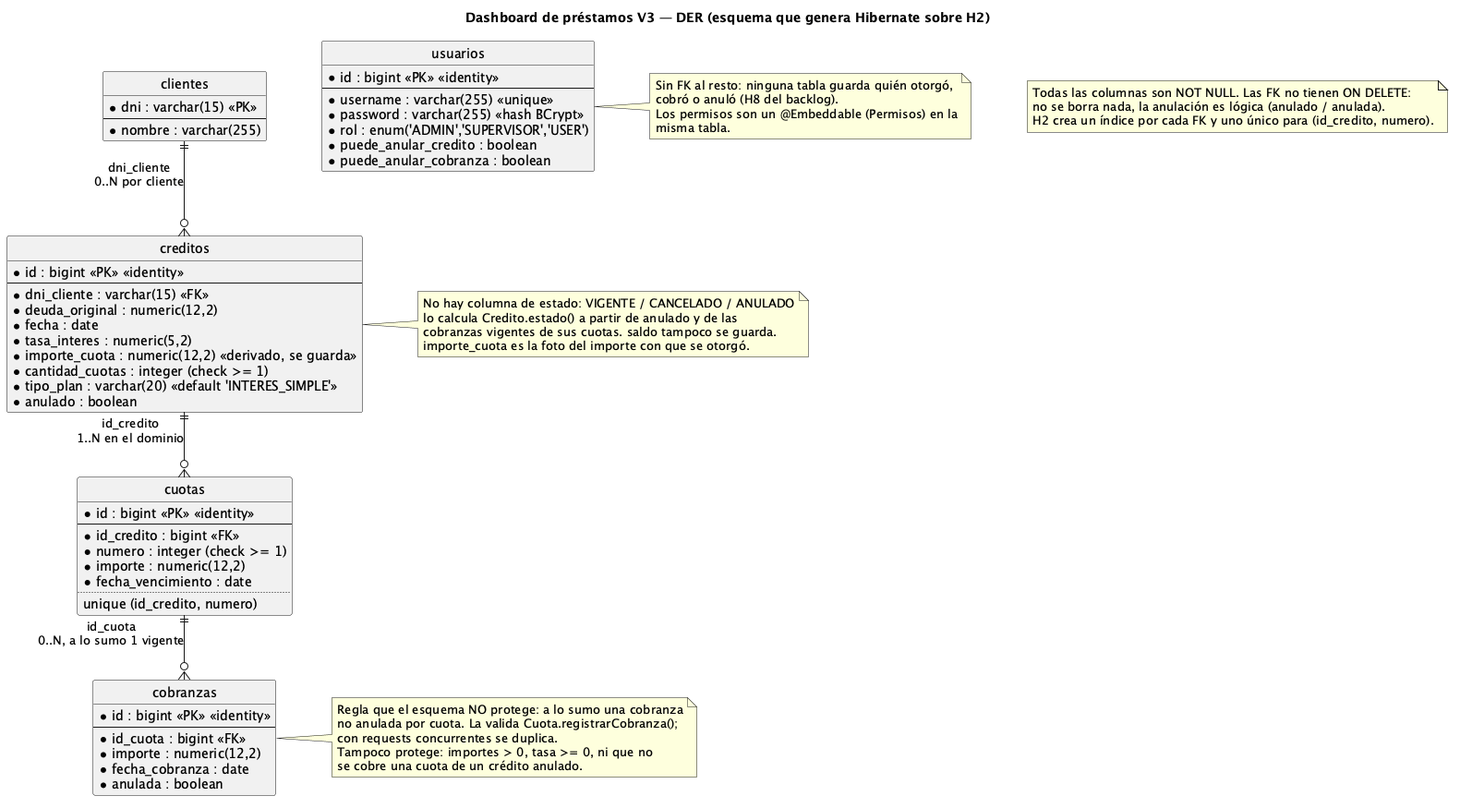
Above: docs/diagramas/der-v3.png in andreiveisuade/TPO-ProcesoDesarrolloSoftware-V3 (PlantUML), before the change. Its diagram source:
```plantuml
@startuml der-v3
title Dashboard de préstamos V3 — DER (esquema que genera Hibernate sobre H2)
hide circle
hide empty members
skinparam shadowing false
skinparam linetype ortho
skinparam nodesep 60
skinparam ranksep 70

entity "clientes" as clientes {
  * dni : varchar(15) <<PK>>
  --
  * nombre : varchar(255)
}

entity "creditos" as creditos {
  * id : bigint <<PK>> <<identity>>
  --
  * dni_cliente : varchar(15) <<FK>>
  * deuda_original : numeric(12,2)
  * fecha : date
  * tasa_interes : numeric(5,2)
  * importe_cuota : numeric(12,2) <<derivado, se guarda>>
  * cantidad_cuotas : integer (check >= 1)
  * tipo_plan : varchar(20) <<default 'INTERES_SIMPLE'>>
  * anulado : boolean
}

entity "cuotas" as cuotas {
  * id : bigint <<PK>> <<identity>>
  --
  * id_credito : bigint <<FK>>
  * numero : integer (check >= 1)
  * importe : numeric(12,2)
  * fecha_vencimiento : date
  ..
  unique (id_credito, numero)
}

entity "cobranzas" as cobranzas {
  * id : bigint <<PK>> <<identity>>
  --
  * id_cuota : bigint <<FK>>
  * importe : numeric(12,2)
  * fecha_cobranza : date
  * anulada : boolean
}

entity "usuarios" as usuarios {
  * id : bigint <<PK>> <<identity>>
  --
  * username : varchar(255) <<unique>>
  * password : varchar(255) <<hash BCrypt>>
  * rol : enum('ADMIN','SUPERVISOR','USER')
  * puede_anular_credito : boolean
  * puede_anular_cobranza : boolean
}

clientes -[hidden]right- usuarios
clientes ||--o{ creditos : "dni_cliente\n0..N por cliente"
creditos ||--o{ cuotas : "id_credito\n1..N en el dominio"
cuotas ||--o{ cobranzas : "id_cuota\n0..N, a lo sumo 1 vigente"

note right of creditos
  No hay columna de estado: VIGENTE / CANCELADO / ANULADO
  lo calcula Credito.estado() a partir de anulado y de las
  cobranzas vigentes de sus cuotas. saldo tampoco se guarda.
  importe_cuota es la foto del importe con que se otorgó.
end note

note right of cobranzas
  Regla que el esquema NO protege: a lo sumo una cobranza
  no anulada por cuota. La valida Cuota.registrarCobranza();
  con requests concurrentes se duplica.
  Tampoco protege: importes > 0, tasa >= 0, ni que no
  se cobre una cuota de un crédito anulado.
end note

note right of usuarios
  Sin FK al resto: ninguna tabla guarda quién otorgó,
  cobró o anuló (H8 del backlog).
  Los permisos son un @Embeddable (Permisos) en la
  misma tabla.
end note

note as general
  Todas las columnas son NOT NULL. Las FK no tienen ON DELETE:
  no se borra nada, la anulación es lógica (anulado / anulada).
  H2 crea un índice por cada FK y uno único para (id_credito, numero).
end note
@enduml
```
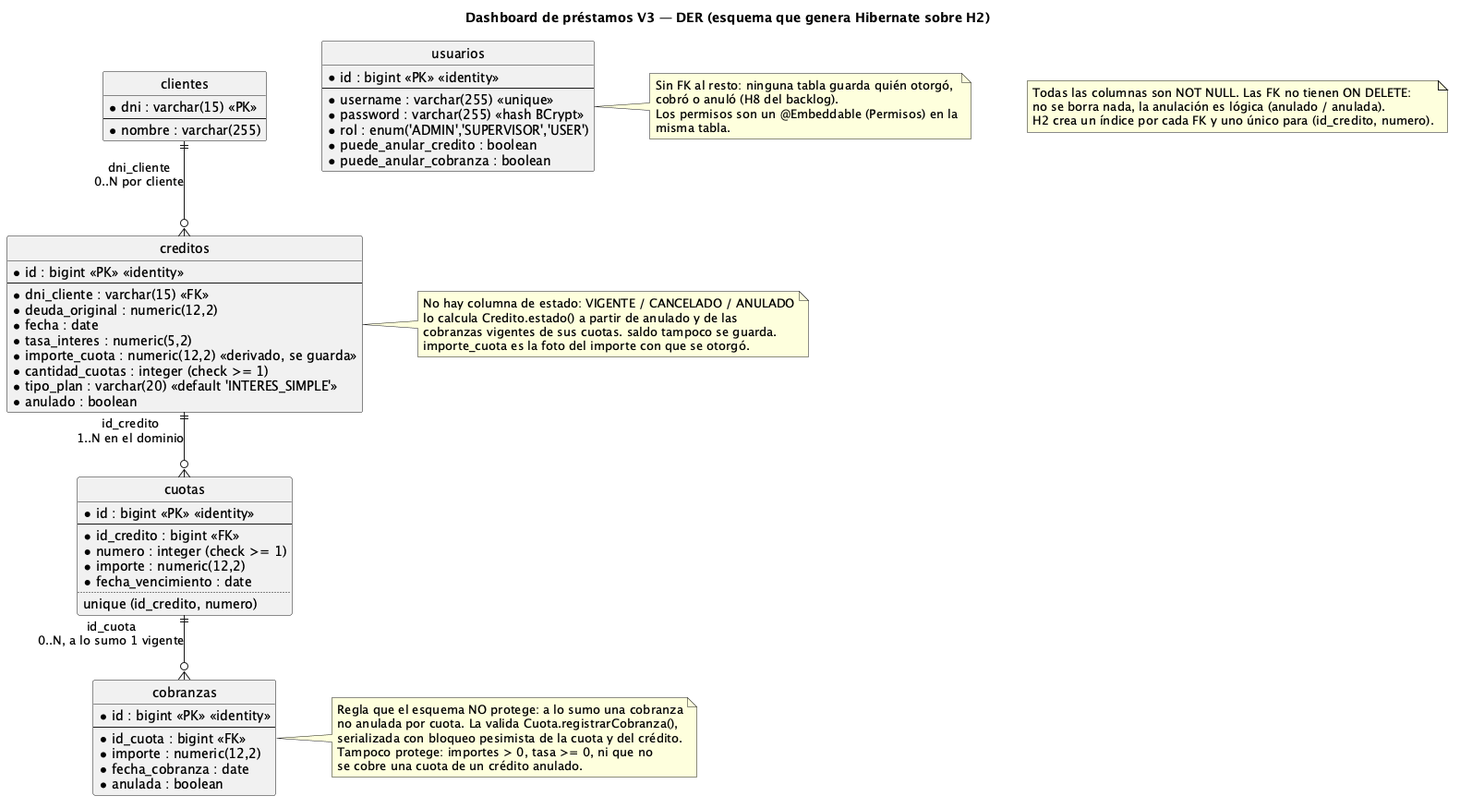
After the change.

Commit message:
Diagramas: nota del DER al día con el bloqueo y listarUsuarios

What changed in the source:
```diff
@@ -70,8 +70,8 @@
 
 note right of cobranzas
   Regla que el esquema NO protege: a lo sumo una cobranza
-  no anulada por cuota. La valida Cuota.registrarCobranza();
-  con requests concurrentes se duplica.
+  no anulada por cuota. La valida Cuota.registrarCobranza(),
+  serializada con bloqueo pesimista de la cuota y del crédito.
   Tampoco protege: importes > 0, tasa >= 0, ni que no
   se cobre una cuota de un crédito anulado.
 end note
```
